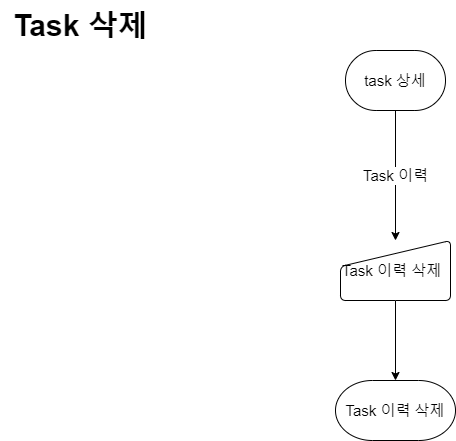
Above: timetodo-flowchart/task deletion.png in MEOHIN/todo-pe (draw.io), before the change. Source tidied: cells renumbered, new cells last; positions are measured from the earlier drawing's top-left corner, leaving out a move shared by most shapes.
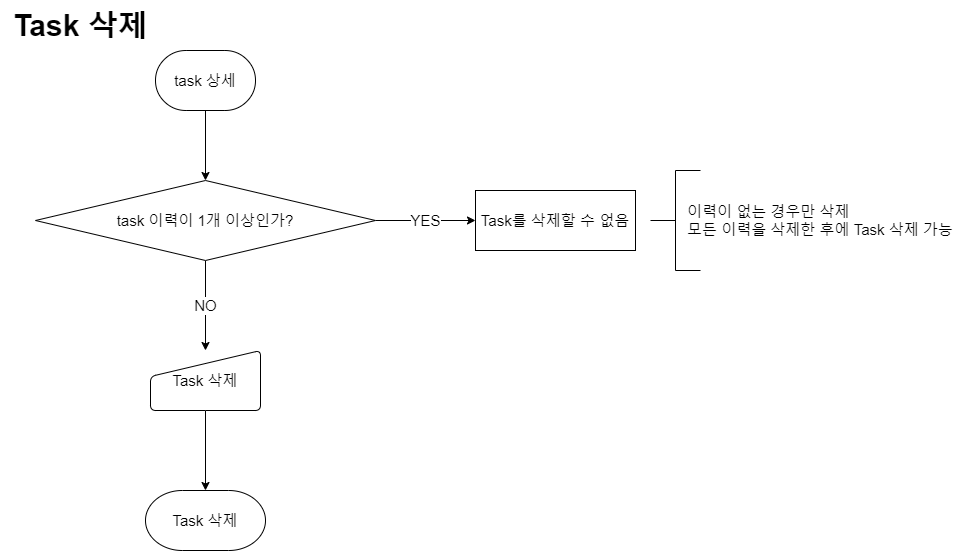
The same diagram one commit later.

The edit, as a diff of the source:
```diff
@@ -5,20 +5,38 @@
     <mxCell id="2" value="&lt;span style=&quot;font-size: 30px;&quot;&gt;Task 삭제&lt;/span&gt;" style="text;html=1;align=center;verticalAlign=middle;strokeColor=none;fillColor=none;fontStyle=1;fontSize=30;" parent="1" vertex="1">
       <mxGeometry width="160" height="50" as="geometry" />
     </mxCell>
-    <mxCell id="3" value="Task 이력" style="edgeStyle=orthogonalEdgeStyle;rounded=0;jettySize=auto;html=1;fontSize=15;" parent="1" edge="1" source="4" target="6">
-      <mxGeometry relative="1" as="geometry" />
-    </mxCell>
+    <mxCell id="8" style="edgeStyle=orthogonalEdgeStyle;rounded=0;jettySize=auto;html=1;fontSize=15;" parent="1" edge="1" source="4" target="11">
+      <mxGeometry relative="1" as="geometry" />
+    </mxCell>
     <mxCell id="4" value="task 상세" style="strokeWidth=1;html=1;shape=mxgraph.flowchart.terminator;whiteSpace=wrap;fontSize=15;" parent="1" vertex="1">
-      <mxGeometry x="345" y="50" width="100" height="60" as="geometry" />
+      <mxGeometry x="155" y="50" width="100" height="60" as="geometry" />
     </mxCell>
-    <mxCell id="5" style="edgeStyle=orthogonalEdgeStyle;rounded=0;jettySize=auto;html=1;" parent="1" edge="1" source="6" target="7">
+    <mxCell id="5" style="edgeStyle=orthogonalEdgeStyle;rounded=0;jettySize=auto;html=1;fontSize=15;" parent="1" edge="1" source="6" target="7">
       <mxGeometry relative="1" as="geometry" />
     </mxCell>
-    <mxCell id="6" value="Task 이력 삭제" style="html=1;strokeWidth=1;shape=manualInput;whiteSpace=wrap;rounded=1;size=26;arcSize=11;fontSize=15;align=left;" parent="1" vertex="1">
-      <mxGeometry x="340" y="240" width="110" height="60" as="geometry" />
+    <mxCell id="6" value="Task 삭제" style="html=1;strokeWidth=1;shape=manualInput;whiteSpace=wrap;rounded=1;size=26;arcSize=11;fontSize=15;align=center;" parent="1" vertex="1">
+      <mxGeometry x="150" y="350" width="110" height="60" as="geometry" />
     </mxCell>
-    <mxCell id="7" value="Task 이력 삭제" style="strokeWidth=1;html=1;shape=mxgraph.flowchart.terminator;whiteSpace=wrap;fontSize=15;" parent="1" vertex="1">
-      <mxGeometry x="335" y="380" width="120" height="60" as="geometry" />
+    <mxCell id="7" value="Task 삭제" style="strokeWidth=1;html=1;shape=mxgraph.flowchart.terminator;whiteSpace=wrap;fontSize=15;" parent="1" vertex="1">
+      <mxGeometry x="145" y="490" width="120" height="60" as="geometry" />
     </mxCell>
+    <mxCell id="9" value="NO" style="edgeStyle=orthogonalEdgeStyle;rounded=0;jettySize=auto;html=1;fontSize=15;" parent="1" edge="1" source="11" target="6">
+      <mxGeometry relative="1" as="geometry" />
+    </mxCell>
+    <mxCell id="10" value="YES" style="edgeStyle=orthogonalEdgeStyle;rounded=0;jettySize=auto;html=1;fontSize=15;" parent="1" edge="1" source="11" target="12">
+      <mxGeometry relative="1" as="geometry" />
+    </mxCell>
+    <mxCell id="11" value="task 이력이 1개 이상인가?" style="rhombus;whiteSpace=wrap;html=1;fontSize=15;strokeWidth=1;" parent="1" vertex="1">
+      <mxGeometry x="35" y="180" width="340" height="80" as="geometry" />
+    </mxCell>
+    <mxCell id="12" value="Task를 삭제할 수 없음" style="whiteSpace=wrap;html=1;fontSize=15;strokeWidth=1;" parent="1" vertex="1">
+      <mxGeometry x="475" y="190" width="160" height="60" as="geometry" />
+    </mxCell>
+    <mxCell id="13" value="&lt;font style=&quot;font-size: 15px;&quot;&gt;이력이 없는 경우만 삭제&lt;br&gt;모든 이력을 삭제한 후에 Task 삭제 가능&lt;/font&gt;" style="text;html=1;align=left;verticalAlign=middle;strokeColor=none;fillColor=none;" parent="1" vertex="1">
+      <mxGeometry x="685" y="195" width="290" height="50" as="geometry" />
+    </mxCell>
+    <mxCell id="14" style="strokeWidth=1;html=1;shape=mxgraph.flowchart.annotation_2;align=left;labelPosition=right;" parent="1" vertex="1">
+      <mxGeometry x="650" y="170" width="50" height="100" as="geometry" />
+    </mxCell>
   </root>
 </mxGraphModel>
```
